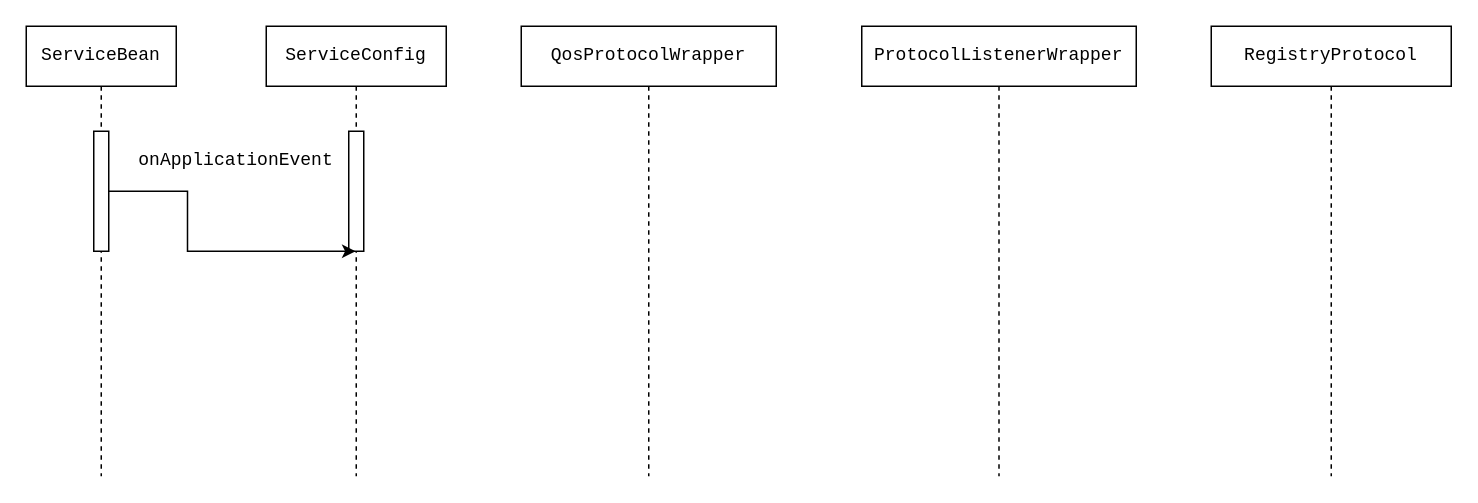
erlieStar/diagrams keeps this draw.io diagram as dubbo/面试题-服务导出流程.drawio. Above is the earlier version. Source tidied: cells renumbered, new cells numbered last; positions are measured from the earlier drawing's top-left corner, leaving out a move shared by most shapes. Both pictures are drawn from the tidied source at 150%, with x=0, y=0 at pixel (26, 26).
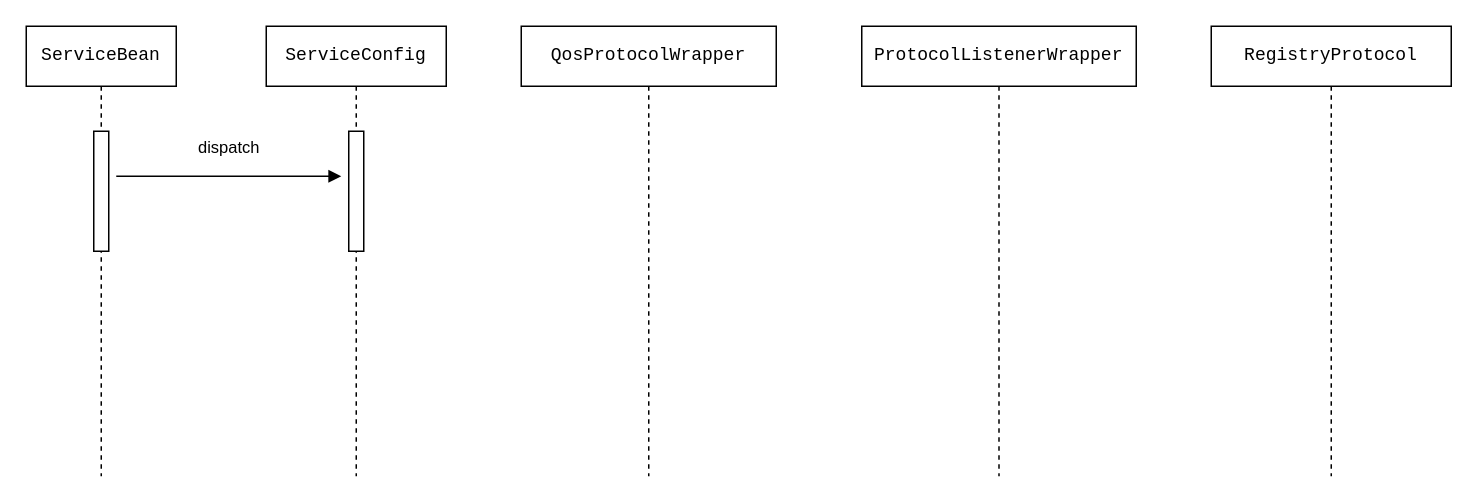
The same page after the edit.

Commit message (it also covers changes not shown here):
Update 面试题-服务导出流程.drawio

What changed in the source:
```diff
@@
 <mxGraphModel>
   <root>
     <mxCell id="0" />
     <mxCell id="1" parent="0" />
     <mxCell id="2" value="&lt;pre&gt;ServiceBean&lt;/pre&gt;" style="shape=umlLifeline;perimeter=lifelinePerimeter;whiteSpace=wrap;html=1;" parent="1" vertex="1">
       <mxGeometry width="100" height="300" as="geometry" />
     </mxCell>
     <mxCell id="3" style="html=1;points=[];perimeter=orthogonalPerimeter;" parent="2" vertex="1">
       <mxGeometry x="45" y="70" width="10" height="80" as="geometry" />
     </mxCell>
     <mxCell id="4" value="&lt;pre&gt;&lt;pre&gt;ServiceConfig&lt;/pre&gt;&lt;/pre&gt;" style="shape=umlLifeline;perimeter=lifelinePerimeter;whiteSpace=wrap;html=1;outlineConnect=0;" parent="1" vertex="1">
       <mxGeometry x="160" width="120" height="300" as="geometry" />
     </mxCell>
     <mxCell id="5" style="html=1;perimeter=orthogonalPerimeter;" parent="4" vertex="1">
       <mxGeometry x="55" y="70" width="10" height="80" as="geometry" />
     </mxCell>
     <mxCell id="6" value="&lt;pre&gt;&lt;pre&gt;&lt;pre&gt;QosProtocolWrapper&lt;/pre&gt;&lt;/pre&gt;&lt;/pre&gt;" style="shape=umlLifeline;perimeter=lifelinePerimeter;whiteSpace=wrap;html=1;" parent="1" vertex="1">
       <mxGeometry x="330" width="170" height="300" as="geometry" />
     </mxCell>
     <mxCell id="7" value="&lt;pre&gt;&lt;pre&gt;&lt;pre&gt;&lt;pre&gt;ProtocolListenerWrapper&lt;/pre&gt;&lt;/pre&gt;&lt;/pre&gt;&lt;/pre&gt;" style="shape=umlLifeline;perimeter=lifelinePerimeter;whiteSpace=wrap;html=1;" parent="1" vertex="1">
       <mxGeometry x="557" width="183" height="300" as="geometry" />
     </mxCell>
     <mxCell id="8" value="&lt;pre&gt;&lt;pre&gt;&lt;pre&gt;&lt;pre&gt;&lt;pre&gt;&lt;pre&gt;RegistryProtocol&lt;/pre&gt;&lt;/pre&gt;&lt;/pre&gt;&lt;/pre&gt;&lt;/pre&gt;&lt;/pre&gt;" style="shape=umlLifeline;perimeter=lifelinePerimeter;whiteSpace=wrap;html=1;" parent="1" vertex="1">
       <mxGeometry x="790" width="160" height="300" as="geometry" />
     </mxCell>
-    <mxCell id="9" value="&lt;pre&gt;onApplicationEvent&lt;/pre&gt;" style="text;html=1;strokeColor=none;fillColor=none;align=center;verticalAlign=middle;whiteSpace=wrap;rounded=0;" parent="1" vertex="1">
-      <mxGeometry x="120" y="80" width="40" height="20" as="geometry" />
-    </mxCell>
-    <mxCell id="10" style="edgeStyle=orthogonalEdgeStyle;rounded=0;jettySize=auto;html=1;" parent="1" edge="1" source="3" target="4">
-      <mxGeometry relative="1" as="geometry" />
-    </mxCell>
+    <mxCell id="11" value="dispatch" style="html=1;verticalAlign=bottom;endArrow=block;" parent="1" edge="1">
+      <mxGeometry y="10" relative="1" as="geometry">
+        <mxPoint x="60" y="100" as="sourcePoint" />
+        <mxPoint x="210" y="100" as="targetPoint" />
+      </mxGeometry>
+    </mxCell>
   </root>
 </mxGraphModel>
```
